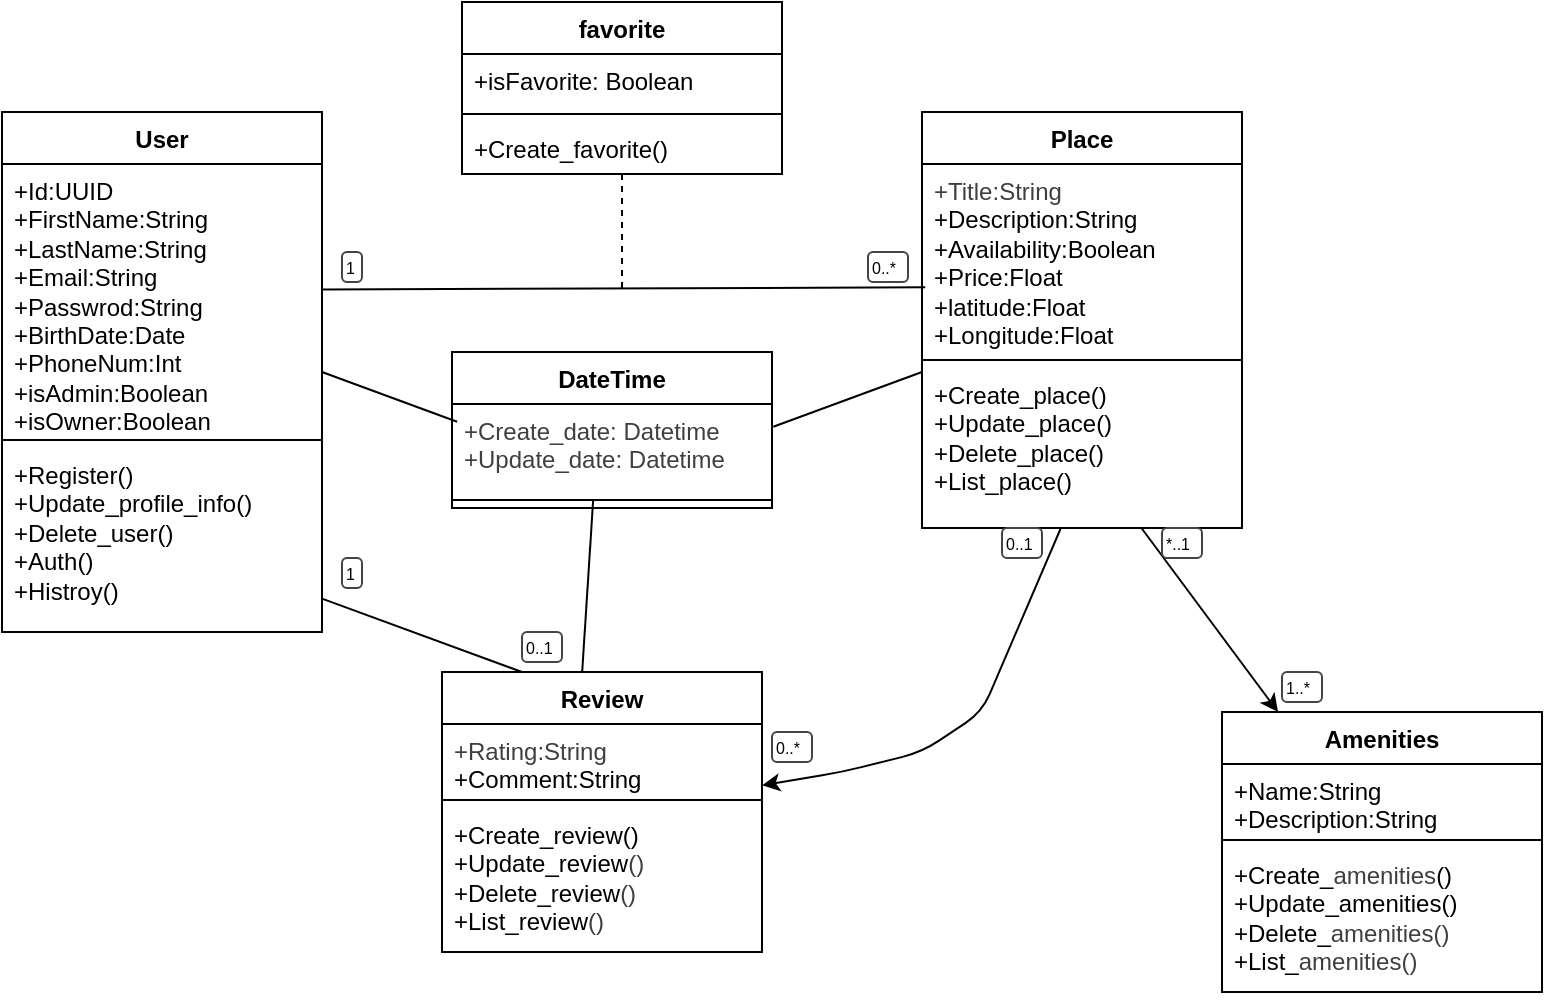
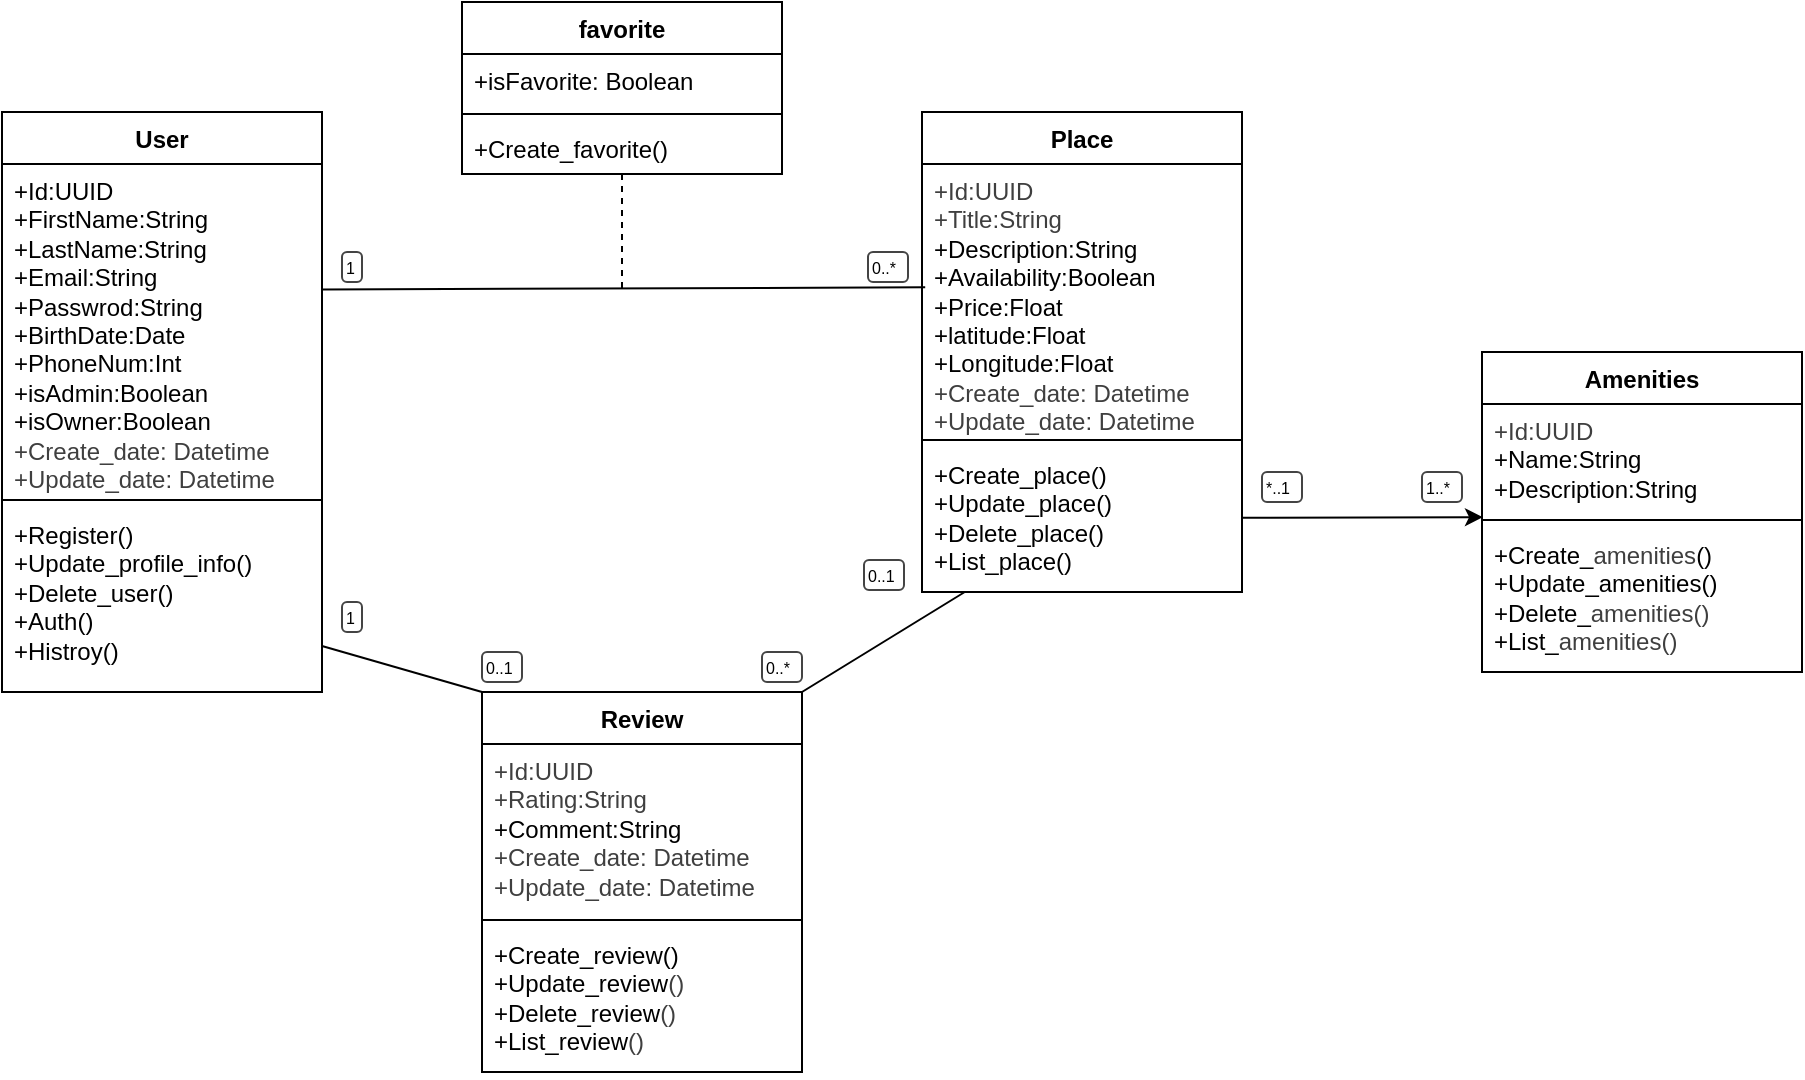
<mxfile host="65bd71144e">
    <diagram id="kGqgn09AhobOn8fxU5_M" name="Page-1">
-         <mxGraphModel dx="381" dy="536" grid="1" gridSize="10" guides="1" tooltips="1" connect="1" arrows="1" fold="1" page="1" pageScale="1" pageWidth="850" pageHeight="1100" math="0" shadow="0">
+         <mxGraphModel dx="1340" dy="938" grid="1" gridSize="10" guides="1" tooltips="1" connect="1" arrows="1" fold="1" page="1" pageScale="1" pageWidth="850" pageHeight="1100" math="0" shadow="0">
            <root>
                <mxCell id="0"/>
                <mxCell id="1" parent="0"/>
                <mxCell id="2" value="User" style="swimlane;fontStyle=1;align=center;verticalAlign=top;childLayout=stackLayout;horizontal=1;startSize=26;horizontalStack=0;resizeParent=1;resizeParentMax=0;resizeLast=0;collapsible=1;marginBottom=0;whiteSpace=wrap;html=1;" parent="1" vertex="1">
-                     <mxGeometry x="120" y="160" width="160" height="260" as="geometry"/>
+                     <mxGeometry x="425" y="338" width="160" height="290" as="geometry"/>
                </mxCell>
-                 <mxCell id="3" value="&lt;div&gt;+Id:UUID&lt;/div&gt;&lt;div&gt;&lt;span style=&quot;background-color: transparent;&quot;&gt;+FirstName:String&lt;/span&gt;&lt;/div&gt;&lt;div&gt;&lt;span style=&quot;color: rgb(0, 0, 0);&quot;&gt;+LastName:String&lt;/span&gt;&lt;/div&gt;&lt;div&gt;&lt;span style=&quot;color: rgb(0, 0, 0);&quot;&gt;+Email:String&lt;/span&gt;&lt;span style=&quot;color: rgb(0, 0, 0);&quot;&gt;&lt;/span&gt;&lt;/div&gt;&lt;div&gt;&lt;span style=&quot;color: rgb(0, 0, 0);&quot;&gt;+Passwrod:String&lt;/span&gt;&lt;/div&gt;&lt;div&gt;&lt;span style=&quot;color: rgb(0, 0, 0);&quot;&gt;+BirthDate:Date&lt;/span&gt;&lt;/div&gt;&lt;div&gt;&lt;span style=&quot;color: rgb(0, 0, 0);&quot;&gt;+PhoneNum:Int&lt;/span&gt;&lt;/div&gt;&lt;div&gt;&lt;font color=&quot;#000000&quot;&gt;+isAdmin:Boolean&lt;/font&gt;&lt;/div&gt;&lt;div&gt;&lt;font color=&quot;#000000&quot;&gt;+isOwner:Boolean&lt;/font&gt;&lt;/div&gt;&lt;div&gt;&lt;font color=&quot;#000000&quot;&gt;&lt;br&gt;&lt;/font&gt;&lt;/div&gt;" style="text;strokeColor=none;fillColor=none;align=left;verticalAlign=top;spacingLeft=4;spacingRight=4;overflow=hidden;rotatable=0;points=[[0,0.5],[1,0.5]];portConstraint=eastwest;whiteSpace=wrap;html=1;" parent="2" vertex="1">
+                 <mxCell id="3" value="&lt;div&gt;+Id:UUID&lt;/div&gt;&lt;div&gt;&lt;span style=&quot;background-color: transparent;&quot;&gt;+FirstName:String&lt;/span&gt;&lt;/div&gt;&lt;div&gt;&lt;span style=&quot;color: rgb(0, 0, 0);&quot;&gt;+LastName:String&lt;/span&gt;&lt;/div&gt;&lt;div&gt;&lt;span style=&quot;color: rgb(0, 0, 0);&quot;&gt;+Email:String&lt;/span&gt;&lt;span style=&quot;color: rgb(0, 0, 0);&quot;&gt;&lt;/span&gt;&lt;/div&gt;&lt;div&gt;&lt;span style=&quot;color: rgb(0, 0, 0);&quot;&gt;+Passwrod:String&lt;/span&gt;&lt;/div&gt;&lt;div&gt;&lt;span style=&quot;color: rgb(0, 0, 0);&quot;&gt;+BirthDate:Date&lt;/span&gt;&lt;/div&gt;&lt;div&gt;&lt;span style=&quot;color: rgb(0, 0, 0);&quot;&gt;+PhoneNum:Int&lt;/span&gt;&lt;/div&gt;&lt;div&gt;&lt;font color=&quot;#000000&quot;&gt;+isAdmin:Boolean&lt;/font&gt;&lt;/div&gt;&lt;div&gt;&lt;font color=&quot;#000000&quot;&gt;+isOwner:Boolean&lt;/font&gt;&lt;/div&gt;&lt;div&gt;&lt;font color=&quot;#000000&quot;&gt;&lt;div style=&quot;scrollbar-color: rgb(226, 226, 226) rgb(251, 251, 251); color: rgb(63, 63, 63);&quot;&gt;&lt;font style=&quot;color: rgb(63, 63, 63); scrollbar-color: rgb(226, 226, 226) rgb(251, 251, 251);&quot;&gt;+Create_date: Datetime&lt;/font&gt;&lt;/div&gt;&lt;div style=&quot;scrollbar-color: rgb(226, 226, 226) rgb(251, 251, 251); color: rgb(63, 63, 63);&quot;&gt;&lt;font style=&quot;color: rgb(63, 63, 63); scrollbar-color: rgb(226, 226, 226) rgb(251, 251, 251);&quot;&gt;+Update_date: Datetime&lt;/font&gt;&lt;/div&gt;&lt;/font&gt;&lt;/div&gt;" style="text;strokeColor=none;fillColor=none;align=left;verticalAlign=top;spacingLeft=4;spacingRight=4;overflow=hidden;rotatable=0;points=[[0,0.5],[1,0.5]];portConstraint=eastwest;whiteSpace=wrap;html=1;" parent="2" vertex="1">
+                     <mxGeometry y="26" width="160" height="164" as="geometry"/>
+                 </mxCell>
+                 <mxCell id="4" value="" style="line;strokeWidth=1;fillColor=none;align=left;verticalAlign=middle;spacingTop=-1;spacingLeft=3;spacingRight=3;rotatable=0;labelPosition=right;points=[];portConstraint=eastwest;strokeColor=inherit;" parent="2" vertex="1">
+                     <mxGeometry y="190" width="160" height="8" as="geometry"/>
+                 </mxCell>
+                 <mxCell id="5" value="+Register()&lt;div&gt;&lt;div&gt;&lt;div&gt;+Update_profile_info()&lt;/div&gt;&lt;div&gt;+Delete_user()&lt;/div&gt;&lt;div&gt;+Auth()&lt;/div&gt;&lt;div&gt;+Histroy()&lt;/div&gt;&lt;/div&gt;&lt;/div&gt;" style="text;strokeColor=none;fillColor=none;align=left;verticalAlign=top;spacingLeft=4;spacingRight=4;overflow=hidden;rotatable=0;points=[[0,0.5],[1,0.5]];portConstraint=eastwest;whiteSpace=wrap;html=1;" parent="2" vertex="1">
+                     <mxGeometry y="198" width="160" height="92" as="geometry"/>
+                 </mxCell>
+                 <mxCell id="6" value="Place" style="swimlane;fontStyle=1;align=center;verticalAlign=top;childLayout=stackLayout;horizontal=1;startSize=26;horizontalStack=0;resizeParent=1;resizeParentMax=0;resizeLast=0;collapsible=1;marginBottom=0;whiteSpace=wrap;html=1;" parent="1" vertex="1">
+                     <mxGeometry x="885" y="338" width="160" height="240" as="geometry"/>
+                 </mxCell>
+                 <mxCell id="7" value="&lt;div&gt;&lt;div style=&quot;color: rgb(63, 63, 63); scrollbar-color: rgb(226, 226, 226) rgb(251, 251, 251);&quot;&gt;&lt;div style=&quot;color: rgb(63, 63, 63); scrollbar-color: rgb(226, 226, 226) rgb(251, 251, 251);&quot;&gt;+Id:UUID&lt;/div&gt;&lt;/div&gt;&lt;div style=&quot;color: rgb(63, 63, 63); scrollbar-color: rgb(226, 226, 226) rgb(251, 251, 251);&quot;&gt;&lt;span style=&quot;background-color: transparent;&quot;&gt;+Title:String&lt;/span&gt;&lt;/div&gt;&lt;/div&gt;&lt;div&gt;+Description:String&lt;/div&gt;&lt;div&gt;+Availability:Boolean&lt;/div&gt;&lt;div&gt;+Price:Float&lt;/div&gt;&lt;div&gt;+latitude:Float&lt;/div&gt;&lt;div&gt;+Longitude:Float&lt;/div&gt;&lt;div&gt;&lt;div style=&quot;scrollbar-color: rgb(226, 226, 226) rgb(251, 251, 251); color: rgb(63, 63, 63);&quot;&gt;&lt;font style=&quot;color: rgb(63, 63, 63); scrollbar-color: rgb(226, 226, 226) rgb(251, 251, 251);&quot;&gt;+Create_date: Datetime&lt;/font&gt;&lt;/div&gt;&lt;div style=&quot;scrollbar-color: rgb(226, 226, 226) rgb(251, 251, 251); color: rgb(63, 63, 63);&quot;&gt;&lt;font style=&quot;color: rgb(63, 63, 63); scrollbar-color: rgb(226, 226, 226) rgb(251, 251, 251);&quot;&gt;+Update_date: Datetime&lt;/font&gt;&lt;/div&gt;&lt;/div&gt;" style="text;strokeColor=none;fillColor=none;align=left;verticalAlign=top;spacingLeft=4;spacingRight=4;overflow=hidden;rotatable=0;points=[[0,0.5],[1,0.5]];portConstraint=eastwest;whiteSpace=wrap;html=1;" parent="6" vertex="1">
                    <mxGeometry y="26" width="160" height="134" as="geometry"/>
                </mxCell>
-                 <mxCell id="4" value="" style="line;strokeWidth=1;fillColor=none;align=left;verticalAlign=middle;spacingTop=-1;spacingLeft=3;spacingRight=3;rotatable=0;labelPosition=right;points=[];portConstraint=eastwest;strokeColor=inherit;" parent="2" vertex="1">
+                 <mxCell id="8" value="" style="line;strokeWidth=1;fillColor=none;align=left;verticalAlign=middle;spacingTop=-1;spacingLeft=3;spacingRight=3;rotatable=0;labelPosition=right;points=[];portConstraint=eastwest;strokeColor=inherit;" parent="6" vertex="1">
                    <mxGeometry y="160" width="160" height="8" as="geometry"/>
                </mxCell>
-                 <mxCell id="5" value="+Register()&lt;div&gt;&lt;div&gt;&lt;div&gt;+Update_profile_info()&lt;/div&gt;&lt;div&gt;+Delete_user()&lt;/div&gt;&lt;div&gt;+Auth()&lt;/div&gt;&lt;div&gt;+Histroy()&lt;/div&gt;&lt;/div&gt;&lt;/div&gt;" style="text;strokeColor=none;fillColor=none;align=left;verticalAlign=top;spacingLeft=4;spacingRight=4;overflow=hidden;rotatable=0;points=[[0,0.5],[1,0.5]];portConstraint=eastwest;whiteSpace=wrap;html=1;" parent="2" vertex="1">
-                     <mxGeometry y="168" width="160" height="92" as="geometry"/>
-                 </mxCell>
-                 <mxCell id="6" value="Place" style="swimlane;fontStyle=1;align=center;verticalAlign=top;childLayout=stackLayout;horizontal=1;startSize=26;horizontalStack=0;resizeParent=1;resizeParentMax=0;resizeLast=0;collapsible=1;marginBottom=0;whiteSpace=wrap;html=1;" parent="1" vertex="1">
-                     <mxGeometry x="580" y="160" width="160" height="208" as="geometry"/>
-                 </mxCell>
-                 <mxCell id="7" value="&lt;div&gt;&lt;div style=&quot;color: rgb(63, 63, 63); scrollbar-color: rgb(226, 226, 226) rgb(251, 251, 251);&quot;&gt;&lt;span style=&quot;background-color: transparent;&quot;&gt;+Title:String&lt;/span&gt;&lt;/div&gt;&lt;/div&gt;&lt;div&gt;+Description:String&lt;/div&gt;&lt;div&gt;+Availability:Boolean&lt;/div&gt;&lt;div&gt;+Price:Float&lt;/div&gt;&lt;div&gt;+latitude:Float&lt;/div&gt;&lt;div&gt;+Longitude:Float&lt;/div&gt;" style="text;strokeColor=none;fillColor=none;align=left;verticalAlign=top;spacingLeft=4;spacingRight=4;overflow=hidden;rotatable=0;points=[[0,0.5],[1,0.5]];portConstraint=eastwest;whiteSpace=wrap;html=1;" parent="6" vertex="1">
-                     <mxGeometry y="26" width="160" height="94" as="geometry"/>
-                 </mxCell>
-                 <mxCell id="8" value="" style="line;strokeWidth=1;fillColor=none;align=left;verticalAlign=middle;spacingTop=-1;spacingLeft=3;spacingRight=3;rotatable=0;labelPosition=right;points=[];portConstraint=eastwest;strokeColor=inherit;" parent="6" vertex="1">
-                     <mxGeometry y="120" width="160" height="8" as="geometry"/>
-                 </mxCell>
                <mxCell id="9" value="+Create_place()&lt;div&gt;+Update_place()&lt;/div&gt;&lt;div&gt;+Delete_place()&lt;/div&gt;&lt;div&gt;+List_place()&lt;/div&gt;" style="text;strokeColor=none;fillColor=none;align=left;verticalAlign=top;spacingLeft=4;spacingRight=4;overflow=hidden;rotatable=0;points=[[0,0.5],[1,0.5]];portConstraint=eastwest;whiteSpace=wrap;html=1;" parent="6" vertex="1">
-                     <mxGeometry y="128" width="160" height="80" as="geometry"/>
+                     <mxGeometry y="168" width="160" height="72" as="geometry"/>
                </mxCell>
                <mxCell id="10" value="Review" style="swimlane;fontStyle=1;align=center;verticalAlign=top;childLayout=stackLayout;horizontal=1;startSize=26;horizontalStack=0;resizeParent=1;resizeParentMax=0;resizeLast=0;collapsible=1;marginBottom=0;whiteSpace=wrap;html=1;" parent="1" vertex="1">
-                     <mxGeometry x="340" y="440" width="160" height="140" as="geometry"/>
+                     <mxGeometry x="665" y="628" width="160" height="190" as="geometry"/>
                </mxCell>
-                 <mxCell id="11" value="&lt;div style=&quot;color: rgb(63, 63, 63); scrollbar-color: rgb(226, 226, 226) rgb(251, 251, 251);&quot;&gt;&lt;span style=&quot;background-color: transparent;&quot;&gt;+Rating:String&lt;/span&gt;&lt;/div&gt;&lt;div&gt;+Comment:String&lt;/div&gt;" style="text;strokeColor=none;fillColor=none;align=left;verticalAlign=top;spacingLeft=4;spacingRight=4;overflow=hidden;rotatable=0;points=[[0,0.5],[1,0.5]];portConstraint=eastwest;whiteSpace=wrap;html=1;" parent="10" vertex="1">
-                     <mxGeometry y="26" width="160" height="34" as="geometry"/>
+                 <mxCell id="11" value="&lt;div style=&quot;color: rgb(63, 63, 63); scrollbar-color: rgb(226, 226, 226) rgb(251, 251, 251);&quot;&gt;+Id:UUID&lt;/div&gt;&lt;div style=&quot;color: rgb(63, 63, 63); scrollbar-color: rgb(226, 226, 226) rgb(251, 251, 251);&quot;&gt;&lt;span style=&quot;background-color: transparent;&quot;&gt;+Rating:String&lt;/span&gt;&lt;/div&gt;&lt;div&gt;+Comment:String&lt;/div&gt;&lt;div&gt;&lt;div style=&quot;scrollbar-color: rgb(226, 226, 226) rgb(251, 251, 251); color: rgb(63, 63, 63);&quot;&gt;&lt;font style=&quot;color: rgb(63, 63, 63); scrollbar-color: rgb(226, 226, 226) rgb(251, 251, 251);&quot;&gt;+Create_date: Datetime&lt;/font&gt;&lt;/div&gt;&lt;div style=&quot;scrollbar-color: rgb(226, 226, 226) rgb(251, 251, 251); color: rgb(63, 63, 63);&quot;&gt;&lt;font style=&quot;color: rgb(63, 63, 63); scrollbar-color: rgb(226, 226, 226) rgb(251, 251, 251);&quot;&gt;+Update_date: Datetime&lt;/font&gt;&lt;/div&gt;&lt;/div&gt;" style="text;strokeColor=none;fillColor=none;align=left;verticalAlign=top;spacingLeft=4;spacingRight=4;overflow=hidden;rotatable=0;points=[[0,0.5],[1,0.5]];portConstraint=eastwest;whiteSpace=wrap;html=1;" parent="10" vertex="1">
+                     <mxGeometry y="26" width="160" height="84" as="geometry"/>
                </mxCell>
                <mxCell id="12" value="" style="line;strokeWidth=1;fillColor=none;align=left;verticalAlign=middle;spacingTop=-1;spacingLeft=3;spacingRight=3;rotatable=0;labelPosition=right;points=[];portConstraint=eastwest;strokeColor=inherit;" parent="10" vertex="1">
-                     <mxGeometry y="60" width="160" height="8" as="geometry"/>
+                     <mxGeometry y="110" width="160" height="8" as="geometry"/>
                </mxCell>
                <mxCell id="13" value="+Create_review()&lt;div&gt;+Update_&lt;span style=&quot;color: rgb(0, 0, 0); background-color: transparent;&quot;&gt;review&lt;/span&gt;&lt;span style=&quot;color: rgb(63, 63, 63); background-color: transparent;&quot;&gt;()&lt;/span&gt;&lt;/div&gt;&lt;div&gt;+Delete_&lt;span style=&quot;color: rgb(0, 0, 0); background-color: transparent;&quot;&gt;review&lt;/span&gt;&lt;span style=&quot;color: rgb(63, 63, 63); background-color: transparent;&quot;&gt;()&lt;/span&gt;&lt;/div&gt;&lt;div&gt;+List_&lt;span style=&quot;color: rgb(0, 0, 0); background-color: transparent;&quot;&gt;review&lt;/span&gt;&lt;span style=&quot;color: rgb(63, 63, 63); background-color: transparent;&quot;&gt;()&lt;/span&gt;&lt;/div&gt;" style="text;strokeColor=none;fillColor=none;align=left;verticalAlign=top;spacingLeft=4;spacingRight=4;overflow=hidden;rotatable=0;points=[[0,0.5],[1,0.5]];portConstraint=eastwest;whiteSpace=wrap;html=1;" parent="10" vertex="1">
-                     <mxGeometry y="68" width="160" height="72" as="geometry"/>
+                     <mxGeometry y="118" width="160" height="72" as="geometry"/>
                </mxCell>
                <mxCell id="15" value="Amenities&lt;div&gt;&lt;br&gt;&lt;/div&gt;" style="swimlane;fontStyle=1;align=center;verticalAlign=top;childLayout=stackLayout;horizontal=1;startSize=26;horizontalStack=0;resizeParent=1;resizeParentMax=0;resizeLast=0;collapsible=1;marginBottom=0;whiteSpace=wrap;html=1;" parent="1" vertex="1">
-                     <mxGeometry x="730" y="460" width="160" height="140" as="geometry"/>
+                     <mxGeometry x="1165" y="458" width="160" height="160" as="geometry"/>
                </mxCell>
-                 <mxCell id="16" value="&lt;div&gt;&lt;span style=&quot;background-color: transparent;&quot;&gt;+Name:String&lt;/span&gt;&lt;/div&gt;&lt;div&gt;+Description:String&lt;/div&gt;" style="text;strokeColor=none;fillColor=none;align=left;verticalAlign=top;spacingLeft=4;spacingRight=4;overflow=hidden;rotatable=0;points=[[0,0.5],[1,0.5]];portConstraint=eastwest;whiteSpace=wrap;html=1;" parent="15" vertex="1">
-                     <mxGeometry y="26" width="160" height="34" as="geometry"/>
+                 <mxCell id="16" value="&lt;div style=&quot;color: rgb(63, 63, 63); scrollbar-color: rgb(226, 226, 226) rgb(251, 251, 251);&quot;&gt;+Id:UUID&lt;/div&gt;&lt;div&gt;&lt;span style=&quot;background-color: transparent;&quot;&gt;+Name:String&lt;/span&gt;&lt;/div&gt;&lt;div&gt;+Description:String&lt;/div&gt;" style="text;strokeColor=none;fillColor=none;align=left;verticalAlign=top;spacingLeft=4;spacingRight=4;overflow=hidden;rotatable=0;points=[[0,0.5],[1,0.5]];portConstraint=eastwest;whiteSpace=wrap;html=1;" parent="15" vertex="1">
+                     <mxGeometry y="26" width="160" height="54" as="geometry"/>
                </mxCell>
                <mxCell id="17" value="" style="line;strokeWidth=1;fillColor=none;align=left;verticalAlign=middle;spacingTop=-1;spacingLeft=3;spacingRight=3;rotatable=0;labelPosition=right;points=[];portConstraint=eastwest;strokeColor=inherit;" parent="15" vertex="1">
-                     <mxGeometry y="60" width="160" height="8" as="geometry"/>
+                     <mxGeometry y="80" width="160" height="8" as="geometry"/>
                </mxCell>
                <mxCell id="18" value="+Create_&lt;span style=&quot;color: rgb(63, 63, 63);&quot;&gt;amenities&lt;/span&gt;()&lt;div&gt;+Update_amenities()&lt;/div&gt;&lt;div&gt;+Delete_&lt;span style=&quot;color: rgb(63, 63, 63); background-color: transparent;&quot;&gt;amenities&lt;/span&gt;&lt;span style=&quot;color: rgb(63, 63, 63); background-color: transparent;&quot;&gt;()&lt;/span&gt;&lt;/div&gt;&lt;div&gt;+List_&lt;span style=&quot;color: rgb(63, 63, 63); background-color: transparent;&quot;&gt;amenities&lt;/span&gt;&lt;span style=&quot;color: rgb(63, 63, 63); background-color: transparent;&quot;&gt;()&lt;/span&gt;&lt;/div&gt;" style="text;strokeColor=none;fillColor=none;align=left;verticalAlign=top;spacingLeft=4;spacingRight=4;overflow=hidden;rotatable=0;points=[[0,0.5],[1,0.5]];portConstraint=eastwest;whiteSpace=wrap;html=1;" parent="15" vertex="1">
-                     <mxGeometry y="68" width="160" height="72" as="geometry"/>
+                     <mxGeometry y="88" width="160" height="72" as="geometry"/>
                </mxCell>
-                 <mxCell id="24" value="DateTime" style="swimlane;fontStyle=1;align=center;verticalAlign=top;childLayout=stackLayout;horizontal=1;startSize=26;horizontalStack=0;resizeParent=1;resizeParentMax=0;resizeLast=0;collapsible=1;marginBottom=0;whiteSpace=wrap;html=1;" parent="1" vertex="1">
-                     <mxGeometry x="345" y="280" width="160" height="78" as="geometry"/>
-                 </mxCell>
-                 <mxCell id="25" value="&lt;div style=&quot;color: rgb(63, 63, 63); scrollbar-color: rgb(226, 226, 226) rgb(251, 251, 251);&quot;&gt;&lt;font style=&quot;scrollbar-color: rgb(226, 226, 226) rgb(251, 251, 251);&quot;&gt;+Create_date: Datetime&lt;/font&gt;&lt;/div&gt;&lt;div style=&quot;color: rgb(63, 63, 63); scrollbar-color: rgb(226, 226, 226) rgb(251, 251, 251);&quot;&gt;&lt;font style=&quot;scrollbar-color: rgb(226, 226, 226) rgb(251, 251, 251);&quot;&gt;+Update_date: Datetime&lt;/font&gt;&lt;/div&gt;" style="text;strokeColor=none;fillColor=none;align=left;verticalAlign=top;spacingLeft=4;spacingRight=4;overflow=hidden;rotatable=0;points=[[0,0.5],[1,0.5]];portConstraint=eastwest;whiteSpace=wrap;html=1;" parent="24" vertex="1">
-                     <mxGeometry y="26" width="160" height="44" as="geometry"/>
-                 </mxCell>
-                 <mxCell id="26" value="" style="line;strokeWidth=1;fillColor=none;align=left;verticalAlign=middle;spacingTop=-1;spacingLeft=3;spacingRight=3;rotatable=0;labelPosition=right;points=[];portConstraint=eastwest;strokeColor=inherit;" parent="24" vertex="1">
-                     <mxGeometry y="70" width="160" height="8" as="geometry"/>
-                 </mxCell>
-                 <mxCell id="31" value="" style="endArrow=none;html=1;entryX=0.016;entryY=0.201;entryDx=0;entryDy=0;entryPerimeter=0;" parent="1" target="25" edge="1">
-                     <mxGeometry width="50" height="50" relative="1" as="geometry">
-                         <mxPoint x="280" y="290" as="sourcePoint"/>
-                         <mxPoint x="340" y="318" as="targetPoint"/>
+                 <mxCell id="39" style="edgeStyle=none;html=1;entryX=0.003;entryY=0.32;entryDx=0;entryDy=0;entryPerimeter=0;" parent="1" target="17" edge="1">
+                     <mxGeometry relative="1" as="geometry">
+                         <mxPoint x="1045.0000000000002" y="540.8571428571429" as="sourcePoint"/>
+                         <mxPoint x="1165" y="539" as="targetPoint"/>
                    </mxGeometry>
                </mxCell>
-                 <mxCell id="32" value="" style="endArrow=none;html=1;exitX=1.004;exitY=0.259;exitDx=0;exitDy=0;exitPerimeter=0;" parent="1" source="25" edge="1">
-                     <mxGeometry width="50" height="50" relative="1" as="geometry">
-                         <mxPoint x="505" y="320" as="sourcePoint"/>
-                         <mxPoint x="580" y="290" as="targetPoint"/>
-                     </mxGeometry>
-                 </mxCell>
-                 <mxCell id="34" value="" style="endArrow=none;html=1;exitX=0.441;exitY=0.548;exitDx=0;exitDy=0;exitPerimeter=0;entryX=0.438;entryY=0;entryDx=0;entryDy=0;entryPerimeter=0;" parent="1" source="26" target="10" edge="1">
-                     <mxGeometry width="50" height="50" relative="1" as="geometry">
-                         <mxPoint x="270" y="399" as="sourcePoint"/>
-                         <mxPoint x="336" y="430" as="targetPoint"/>
-                     </mxGeometry>
-                 </mxCell>
-                 <mxCell id="39" style="edgeStyle=none;html=1;" parent="1" source="9" target="15" edge="1">
-                     <mxGeometry relative="1" as="geometry"/>
-                 </mxCell>
-                 <mxCell id="40" style="edgeStyle=none;html=1;exitX=0.434;exitY=1;exitDx=0;exitDy=0;exitPerimeter=0;" parent="1" source="9" target="10" edge="1">
+                 <mxCell id="41" style="edgeStyle=none;html=1;endArrow=none;endFill=0;entryX=0;entryY=0;entryDx=0;entryDy=0;" parent="1" source="5" edge="1" target="10">
                    <mxGeometry relative="1" as="geometry">
-                         <Array as="points">
-                             <mxPoint x="610" y="460"/>
-                             <mxPoint x="580" y="480"/>
-                             <mxPoint x="540" y="490"/>
-                         </Array>
-                     </mxGeometry>
-                 </mxCell>
-                 <mxCell id="41" style="edgeStyle=none;html=1;endArrow=none;endFill=0;" parent="1" source="5" edge="1">
-                     <mxGeometry relative="1" as="geometry">
-                         <mxPoint x="380" y="440" as="targetPoint"/>
+                         <mxPoint x="685" y="618" as="targetPoint"/>
                    </mxGeometry>
                </mxCell>
                <mxCell id="42" style="edgeStyle=none;html=1;entryX=0.01;entryY=0.576;entryDx=0;entryDy=0;entryPerimeter=0;endArrow=none;endFill=0;" parent="1" edge="1">
                    <mxGeometry relative="1" as="geometry">
-                         <mxPoint x="280" y="248.71991614255762" as="sourcePoint"/>
-                         <mxPoint x="581.6" y="247.664" as="targetPoint"/>
+                         <mxPoint x="585" y="426.7199161425576" as="sourcePoint"/>
+                         <mxPoint x="886.6" y="425.664" as="targetPoint"/>
                    </mxGeometry>
                </mxCell>
                <mxCell id="58" style="edgeStyle=none;html=1;dashed=1;endArrow=none;endFill=0;" parent="1" edge="1">
                    <mxGeometry relative="1" as="geometry">
-                         <mxPoint x="430" y="250" as="targetPoint"/>
-                         <mxPoint x="430" y="191" as="sourcePoint"/>
+                         <mxPoint x="735" y="428" as="targetPoint"/>
+                         <mxPoint x="735" y="369" as="sourcePoint"/>
                    </mxGeometry>
                </mxCell>
                <mxCell id="64" value="favorite" style="swimlane;fontStyle=1;align=center;verticalAlign=top;childLayout=stackLayout;horizontal=1;startSize=26;horizontalStack=0;resizeParent=1;resizeParentMax=0;resizeLast=0;collapsible=1;marginBottom=0;whiteSpace=wrap;html=1;" parent="1" vertex="1">
-                     <mxGeometry x="350" y="105" width="160" height="86" as="geometry"/>
+                     <mxGeometry x="655" y="283" width="160" height="86" as="geometry"/>
                </mxCell>
                <mxCell id="65" value="+isFavorite: Boolean" style="text;strokeColor=none;fillColor=none;align=left;verticalAlign=top;spacingLeft=4;spacingRight=4;overflow=hidden;rotatable=0;points=[[0,0.5],[1,0.5]];portConstraint=eastwest;whiteSpace=wrap;html=1;" parent="64" vertex="1">
                    <mxGeometry y="26" width="160" height="26" as="geometry"/>
                </mxCell>
                <mxCell id="66" value="" style="line;strokeWidth=1;fillColor=none;align=left;verticalAlign=middle;spacingTop=-1;spacingLeft=3;spacingRight=3;rotatable=0;labelPosition=right;points=[];portConstraint=eastwest;strokeColor=inherit;" parent="64" vertex="1">
                    <mxGeometry y="52" width="160" height="8" as="geometry"/>
                </mxCell>
                <mxCell id="67" value="+Create_favorite()" style="text;strokeColor=none;fillColor=none;align=left;verticalAlign=top;spacingLeft=4;spacingRight=4;overflow=hidden;rotatable=0;points=[[0,0.5],[1,0.5]];portConstraint=eastwest;whiteSpace=wrap;html=1;" parent="64" vertex="1">
                    <mxGeometry y="60" width="160" height="26" as="geometry"/>
                </mxCell>
                <mxCell id="75" value="0..*" style="strokeWidth=1;html=1;shadow=0;dashed=0;shape=mxgraph.ios.iTextInput;strokeColor=#444444;buttonText=;fontSize=8;whiteSpace=wrap;align=left;" vertex="1" parent="1">
-                     <mxGeometry x="553" y="230" width="20" height="15" as="geometry"/>
+                     <mxGeometry x="858" y="408" width="20" height="15" as="geometry"/>
                </mxCell>
                <mxCell id="76" value="1" style="strokeWidth=1;html=1;shadow=0;dashed=0;shape=mxgraph.ios.iTextInput;strokeColor=#444444;buttonText=;fontSize=8;whiteSpace=wrap;align=left;" vertex="1" parent="1">
-                     <mxGeometry x="290" y="230" width="10" height="15" as="geometry"/>
+                     <mxGeometry x="595" y="408" width="10" height="15" as="geometry"/>
                </mxCell>
                <mxCell id="77" value="1..*" style="strokeWidth=1;html=1;shadow=0;dashed=0;shape=mxgraph.ios.iTextInput;strokeColor=#444444;buttonText=;fontSize=8;whiteSpace=wrap;align=left;" vertex="1" parent="1">
-                     <mxGeometry x="760" y="440" width="20" height="15" as="geometry"/>
+                     <mxGeometry x="1135" y="518" width="20" height="15" as="geometry"/>
                </mxCell>
                <mxCell id="78" value="*..1" style="strokeWidth=1;html=1;shadow=0;dashed=0;shape=mxgraph.ios.iTextInput;strokeColor=#444444;buttonText=;fontSize=8;whiteSpace=wrap;align=left;" vertex="1" parent="1">
-                     <mxGeometry x="700" y="368" width="20" height="15" as="geometry"/>
+                     <mxGeometry x="1055" y="518" width="20" height="15" as="geometry"/>
                </mxCell>
                <mxCell id="79" value="0..*" style="strokeWidth=1;html=1;shadow=0;dashed=0;shape=mxgraph.ios.iTextInput;strokeColor=#444444;buttonText=;fontSize=8;whiteSpace=wrap;align=left;" vertex="1" parent="1">
-                     <mxGeometry x="505" y="470" width="20" height="15" as="geometry"/>
+                     <mxGeometry x="805" y="608" width="20" height="15" as="geometry"/>
                </mxCell>
                <mxCell id="80" value="0..1" style="strokeWidth=1;html=1;shadow=0;dashed=0;shape=mxgraph.ios.iTextInput;strokeColor=#444444;buttonText=;fontSize=8;whiteSpace=wrap;align=left;" vertex="1" parent="1">
-                     <mxGeometry x="620" y="368" width="20" height="15" as="geometry"/>
+                     <mxGeometry x="856" y="562" width="20" height="15" as="geometry"/>
                </mxCell>
                <mxCell id="81" value="0..1&lt;span style=&quot;font-family: monospace; font-size: 0px; white-space: nowrap;&quot;&gt;%3CmxGraphModel%3E%3Croot%3E%3CmxCell%20id%3D%220%22%2F%3E%3CmxCell%20id%3D%221%22%20parent%3D%220%22%2F%3E%3CmxCell%20id%3D%222%22%20value%3D%221..*%22%20style%3D%22strokeWidth%3D1%3Bhtml%3D1%3Bshadow%3D0%3Bdashed%3D0%3Bshape%3Dmxgraph.ios.iTextInput%3BstrokeColor%3D%23444444%3BbuttonText%3D%3BfontSize%3D8%3BwhiteSpace%3Dwrap%3Balign%3Dleft%3B%22%20vertex%3D%221%22%20parent%3D%221%22%3E%3CmxGeometry%20x%3D%22760%22%20y%3D%22440%22%20width%3D%2220%22%20height%3D%2215%22%20as%3D%22geometry%22%2F%3E%3C%2FmxCell%3E%3C%2Froot%3E%3C%2FmxGraphModel%3E&lt;/span&gt;" style="strokeWidth=1;html=1;shadow=0;dashed=0;shape=mxgraph.ios.iTextInput;strokeColor=#444444;buttonText=;fontSize=8;whiteSpace=wrap;align=left;" vertex="1" parent="1">
-                     <mxGeometry x="380" y="420" width="20" height="15" as="geometry"/>
+                     <mxGeometry x="665" y="608" width="20" height="15" as="geometry"/>
                </mxCell>
                <mxCell id="84" value="1" style="strokeWidth=1;html=1;shadow=0;dashed=0;shape=mxgraph.ios.iTextInput;strokeColor=#444444;buttonText=;fontSize=8;whiteSpace=wrap;align=left;" vertex="1" parent="1">
-                     <mxGeometry x="290" y="383" width="10" height="15" as="geometry"/>
+                     <mxGeometry x="595" y="583" width="10" height="15" as="geometry"/>
+                 </mxCell>
+                 <mxCell id="86" style="edgeStyle=none;html=1;endArrow=none;endFill=0;entryX=1;entryY=0;entryDx=0;entryDy=0;" edge="1" parent="1" source="9" target="10">
+                     <mxGeometry relative="1" as="geometry">
+                         <mxPoint x="788" y="618" as="targetPoint"/>
+                     </mxGeometry>
                </mxCell>
            </root>
        </mxGraphModel>
    </diagram>
</mxfile>